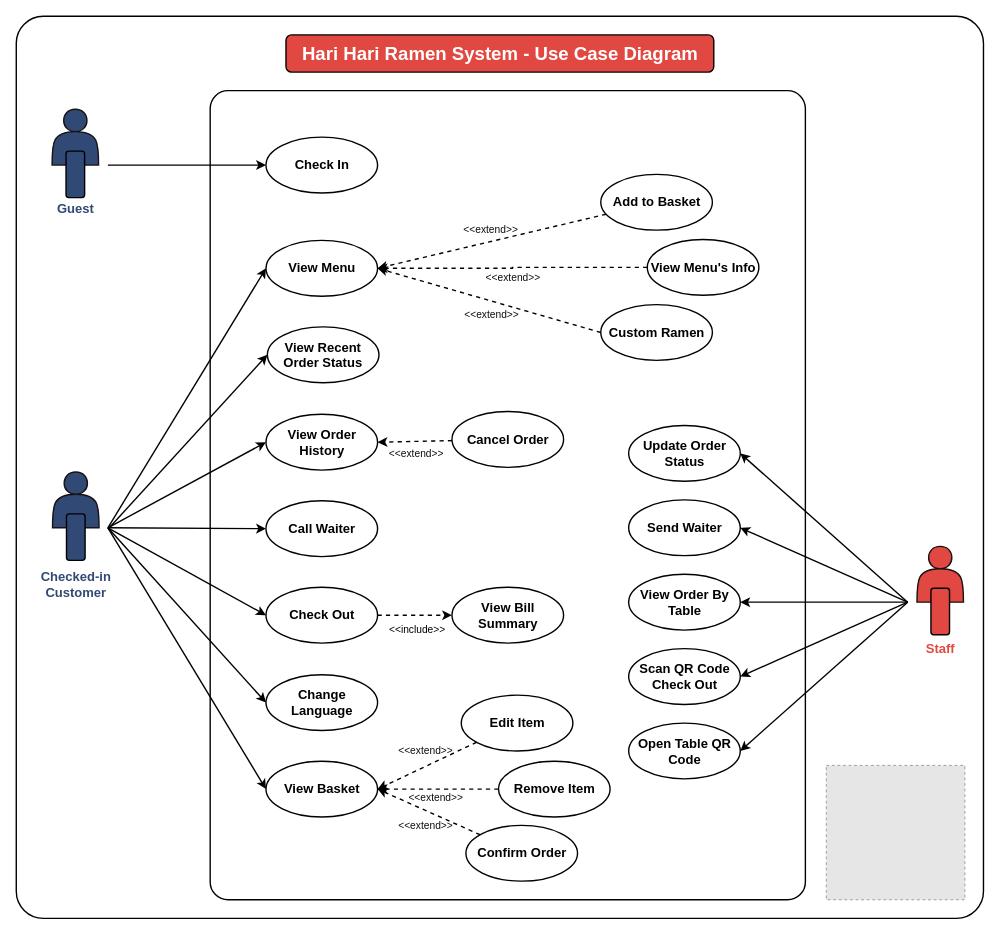
This is page "Use Case Diagram" (3 of 5) of Document/Design Diagram.drawio from PiriyaDEV/harihari-ramen, a draw.io file, before an edit. Source tidied: cells renumbered, new cells numbered last; positions are measured from the earlier drawing's top-left corner, leaving out a move shared by most shapes. Both pictures are drawn from the tidied source at 93%, with x=0, y=0 at pixel (16, 16). Pictures stored in the file or linked from it are replaced by grey dashed boxes.
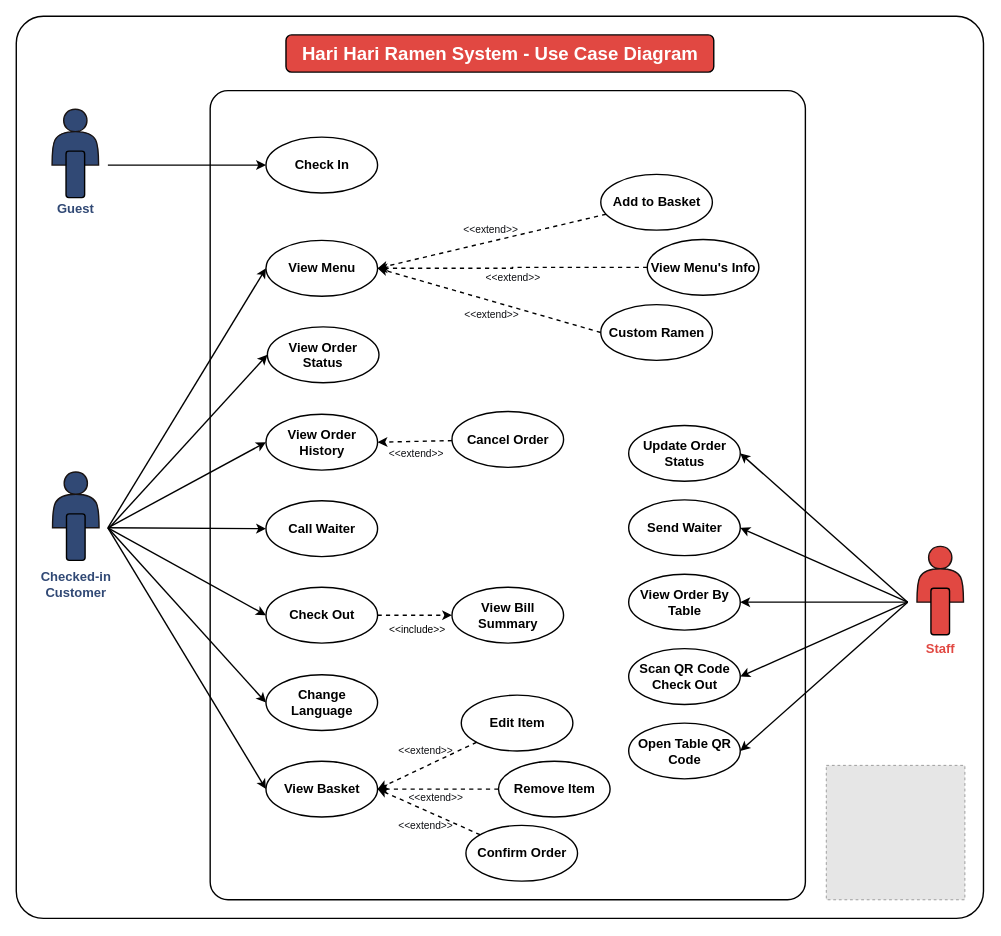
Above is the later version.

The change refers to these unchanged cells:
```xml
<mxCell id="30" style="group;" parent="7" vertex="1">
  <mxGeometry y="70" width="777" height="760" as="geometry" />
</mxCell>
```

Change to the diagram source:
```diff
@@
-    <mxCell id="63" value="View Recent Order Status" style="ellipse;whiteSpace=wrap;html=1;strokeColor=#000000;fillColor=none;fontSize=14;fontStyle=1;strokeWidth=1.5;fontColor=#000000;" parent="30" vertex="1">
+    <mxCell id="63" value="View Order Status" style="ellipse;whiteSpace=wrap;html=1;strokeColor=#000000;fillColor=none;fontSize=14;fontStyle=1;strokeWidth=1.5;fontColor=#000000;" parent="30" vertex="1">
       <mxGeometry x="248.5" y="164" width="120" height="60" as="geometry" />
     </mxCell>
```
